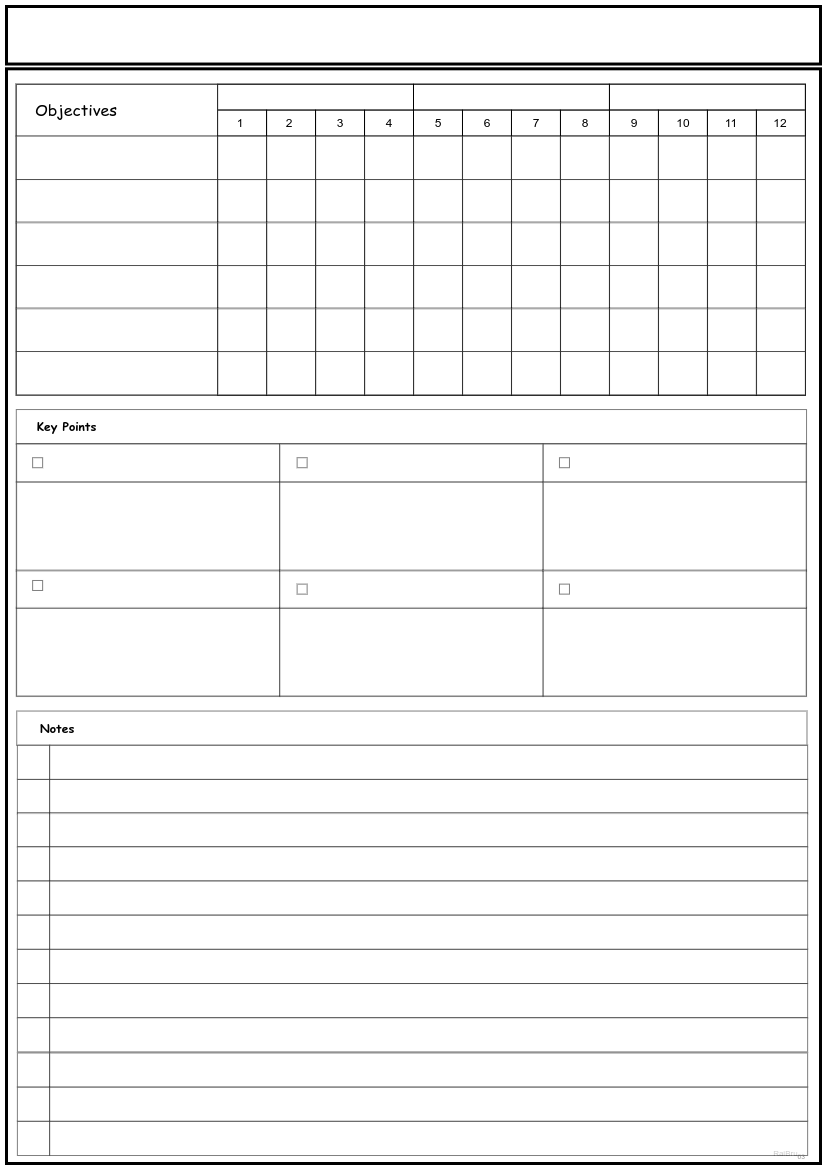
The draw.io diagram src/res/RMPP-Planner-Quartarly.png in raibru/note-planner, before a commit. Source tidied: cells renumbered, new cells last; positions are measured from the earlier drawing's top-left corner, leaving out a move shared by most shapes.
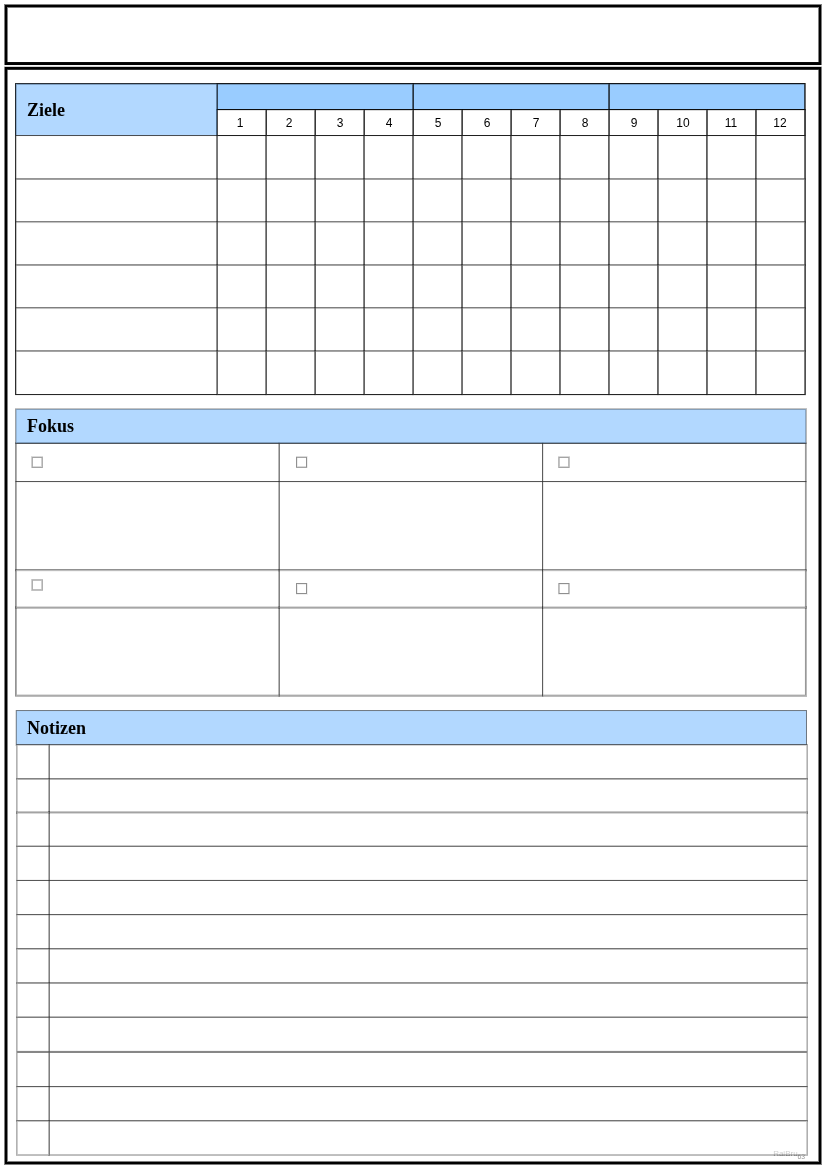
The same diagram one commit later.

Commit message:
FEAT(plan): change layout in template

What changed in the source:
```diff
@@ -59,13 +59,13 @@
     <mxCell id="20" style="rounded=0;whiteSpace=wrap;html=1;" parent="2" vertex="1">
       <mxGeometry x="211.1" y="103.6" width="49" height="284.9" as="geometry" />
     </mxCell>
-    <mxCell id="21" style="rounded=0;whiteSpace=wrap;html=1;" parent="2" vertex="1">
+    <mxCell id="21" style="rounded=0;whiteSpace=wrap;html=1;fillColor=#99CCFF;" parent="2" vertex="1">
       <mxGeometry x="602.9" y="77.7" width="195.9" height="25.9" as="geometry" />
     </mxCell>
-    <mxCell id="22" style="rounded=0;whiteSpace=wrap;html=1;" parent="2" vertex="1">
+    <mxCell id="22" style="rounded=0;whiteSpace=wrap;html=1;fillColor=#99CCFF;" parent="2" vertex="1">
       <mxGeometry x="407" y="77.7" width="195.9" height="25.9" as="geometry" />
     </mxCell>
-    <mxCell id="23" style="rounded=0;whiteSpace=wrap;html=1;" parent="2" vertex="1">
+    <mxCell id="23" style="rounded=0;whiteSpace=wrap;html=1;fillColor=#99CCFF;" parent="2" vertex="1">
       <mxGeometry x="211.1" y="77.7" width="195.9" height="25.9" as="geometry" />
     </mxCell>
     <mxCell id="24" style="rounded=0;whiteSpace=wrap;html=1;" parent="2" vertex="1">
@@ -140,11 +140,11 @@
     <mxCell id="47" value="12" style="text;html=1;strokeColor=none;fillColor=none;align=center;verticalAlign=middle;whiteSpace=wrap;rounded=0;" parent="2" vertex="1">
       <mxGeometry x="763.5" y="114" width="21.8" height="5.2" as="geometry" />
     </mxCell>
-    <mxCell id="48" style="rounded=0;whiteSpace=wrap;html=1;opacity=50;" parent="2" vertex="1">
+    <mxCell id="48" style="rounded=0;whiteSpace=wrap;html=1;opacity=50;fillColor=#66B2FF;" parent="2" vertex="1">
       <mxGeometry x="9.7" y="77.7" width="201.4" height="51.8" as="geometry" />
     </mxCell>
-    <mxCell id="49" value="&lt;font face=&quot;Comic Sans MS&quot;&gt;Objectives&lt;/font&gt;" style="text;html=1;strokeColor=none;fillColor=none;align=left;verticalAlign=middle;whiteSpace=wrap;rounded=0;fontSize=16;" parent="2" vertex="1">
-      <mxGeometry x="27.2" y="88.1" width="163.3" height="31.1" as="geometry" />
+    <mxCell id="49" value="&lt;font face=&quot;Comic Sans MS&quot; style=&quot;font-size: 18px;&quot;&gt;&lt;b style=&quot;&quot;&gt;Ziele&lt;/b&gt;&lt;/font&gt;" style="text;html=1;strokeColor=none;fillColor=none;align=left;verticalAlign=middle;whiteSpace=wrap;rounded=0;fontSize=16;" parent="2" vertex="1">
+      <mxGeometry x="18.5" y="88.1" width="163.3" height="31.1" as="geometry" />
     </mxCell>
     <mxCell id="50" style="group;" parent="2" vertex="1">
       <mxGeometry x="9.7" y="129.5" width="789.2" height="43.6" as="geometry" />
@@ -464,17 +464,17 @@
     <mxCell id="155" style="whiteSpace=wrap;html=1;fontSize=16;opacity=50;" parent="149" vertex="1">
       <mxGeometry x="16.3" y="14" width="10" height="10" as="geometry" />
     </mxCell>
-    <mxCell id="156" style="rounded=0;whiteSpace=wrap;html=1;fontSize=12;opacity=50;" parent="2" vertex="1">
+    <mxCell id="156" style="rounded=0;whiteSpace=wrap;html=1;fontSize=12;opacity=50;fillColor=#66B2FF;" parent="2" vertex="1">
       <mxGeometry x="9.8" y="403" width="790.2" height="34.2" as="geometry" />
     </mxCell>
-    <mxCell id="157" value="&lt;font face=&quot;Comic Sans MS&quot;&gt;&lt;b&gt;Key Points&lt;/b&gt;&lt;/font&gt;" style="text;html=1;strokeColor=none;fillColor=none;align=center;verticalAlign=middle;whiteSpace=wrap;rounded=0;fontSize=12;" parent="2" vertex="1">
+    <mxCell id="157" value="&lt;font face=&quot;Comic Sans MS&quot; style=&quot;font-size: 18px;&quot;&gt;&lt;b style=&quot;&quot;&gt;Fokus&lt;/b&gt;&lt;/font&gt;" style="text;html=1;strokeColor=none;fillColor=none;align=left;verticalAlign=middle;whiteSpace=wrap;rounded=0;fontSize=12;" parent="2" vertex="1">
       <mxGeometry x="18.5" y="411.3" width="82.7" height="17.6" as="geometry" />
     </mxCell>
-    <mxCell id="158" style="rounded=0;whiteSpace=wrap;html=1;fontSize=12;opacity=50;" parent="2" vertex="1">
+    <mxCell id="158" style="rounded=0;whiteSpace=wrap;html=1;fontSize=12;opacity=50;fillColor=#66B2FF;" parent="2" vertex="1">
       <mxGeometry x="10.2" y="704.5" width="790.2" height="34.2" as="geometry" />
     </mxCell>
-    <mxCell id="159" value="&lt;font face=&quot;Comic Sans MS&quot;&gt;&lt;b&gt;Notes&lt;/b&gt;&lt;/font&gt;" style="text;html=1;strokeColor=none;fillColor=none;align=left;verticalAlign=middle;whiteSpace=wrap;rounded=0;fontSize=12;" parent="2" vertex="1">
-      <mxGeometry x="31.6" y="712.8" width="70.1" height="17.6" as="geometry" />
+    <mxCell id="159" value="&lt;font face=&quot;Comic Sans MS&quot; style=&quot;font-size: 18px;&quot;&gt;&lt;b style=&quot;&quot;&gt;Notizen&lt;/b&gt;&lt;/font&gt;" style="text;html=1;strokeColor=none;fillColor=none;align=left;verticalAlign=middle;whiteSpace=wrap;rounded=0;fontSize=12;" parent="2" vertex="1">
+      <mxGeometry x="18.5" y="712.8" width="70.1" height="17.6" as="geometry" />
     </mxCell>
     <mxCell id="160" style="group;" parent="2" vertex="1">
       <mxGeometry x="10.9" y="738.7" width="790.2" height="34.2" as="geometry" />
```
